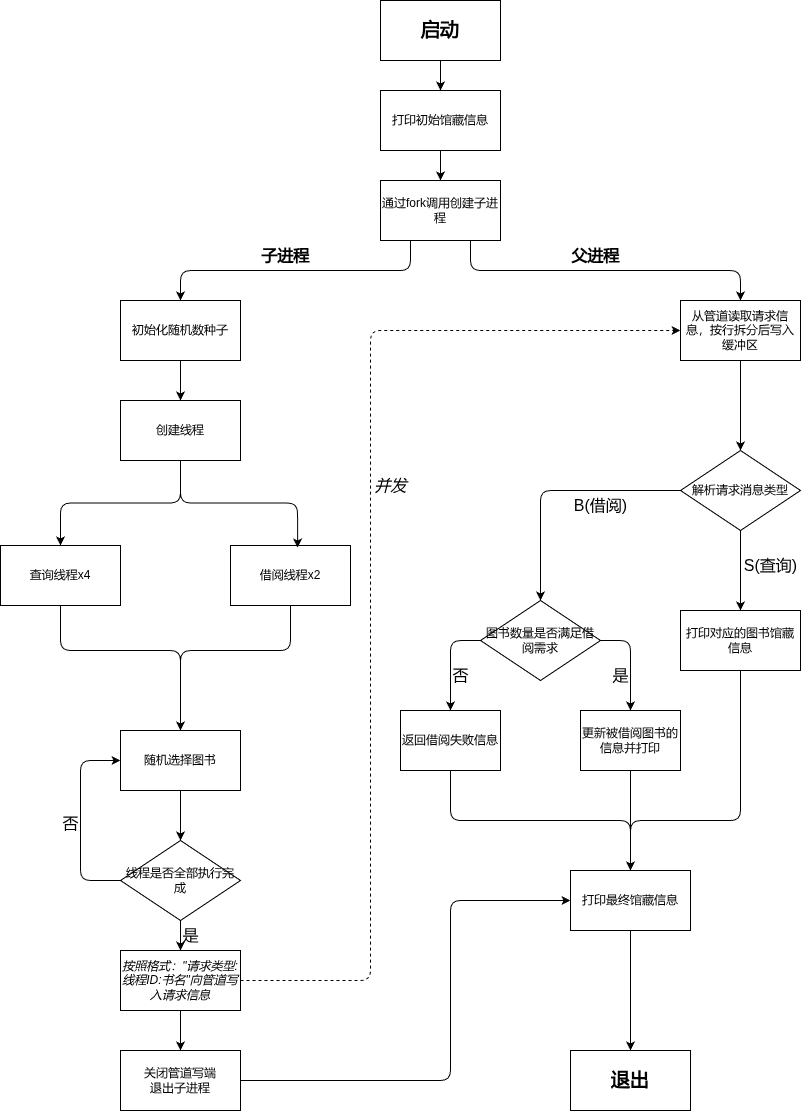
This is code/misc/os/library/seq.drawio.png from virtualguard101/wiki, a draw.io export, as it was before one commit. Source tidied: cells renumbered, new cells last; positions are measured from the earlier drawing's top-left corner, leaving out a move shared by most shapes. The source it was exported from:
```xml
<mxGraphModel>
  <root>
    <mxCell id="0" />
    <mxCell id="1" parent="0" />
    <mxCell id="2" style="edgeStyle=none;html=1;exitX=0.5;exitY=1;exitDx=0;exitDy=0;entryX=0.5;entryY=0;entryDx=0;entryDy=0;" parent="1" edge="1" source="3" target="5">
      <mxGeometry relative="1" as="geometry" />
    </mxCell>
    <mxCell id="3" value="&lt;b&gt;&lt;font style=&quot;font-size: 19px;&quot;&gt;启动&lt;/font&gt;&lt;/b&gt;" style="whiteSpace=wrap;html=1;" parent="1" vertex="1">
      <mxGeometry x="380" width="120" height="60" as="geometry" />
    </mxCell>
    <mxCell id="4" style="edgeStyle=none;html=1;exitX=0.5;exitY=1;exitDx=0;exitDy=0;entryX=0.5;entryY=0;entryDx=0;entryDy=0;" parent="1" edge="1" source="5" target="8">
      <mxGeometry relative="1" as="geometry" />
    </mxCell>
    <mxCell id="5" value="打印初始馆藏信息" style="whiteSpace=wrap;html=1;" parent="1" vertex="1">
      <mxGeometry x="380" y="90" width="120" height="60" as="geometry" />
    </mxCell>
    <mxCell id="6" style="edgeStyle=orthogonalEdgeStyle;html=1;exitX=0.25;exitY=1;exitDx=0;exitDy=0;entryX=0.5;entryY=0;entryDx=0;entryDy=0;" parent="1" edge="1" source="8" target="10">
      <mxGeometry relative="1" as="geometry" />
    </mxCell>
    <mxCell id="7" style="edgeStyle=orthogonalEdgeStyle;html=1;exitX=0.75;exitY=1;exitDx=0;exitDy=0;entryX=0.5;entryY=0;entryDx=0;entryDy=0;" parent="1" edge="1" source="8" target="12">
      <mxGeometry relative="1" as="geometry" />
    </mxCell>
    <mxCell id="8" value="通过fork调用创建子进程" style="whiteSpace=wrap;html=1;" parent="1" vertex="1">
      <mxGeometry x="380" y="180" width="120" height="60" as="geometry" />
    </mxCell>
    <mxCell id="9" style="edgeStyle=none;html=1;exitX=0.5;exitY=1;exitDx=0;exitDy=0;entryX=0.5;entryY=0;entryDx=0;entryDy=0;" parent="1" edge="1" source="10" target="14">
      <mxGeometry relative="1" as="geometry" />
    </mxCell>
    <mxCell id="10" value="初始化随机数种子" style="whiteSpace=wrap;html=1;" parent="1" vertex="1">
      <mxGeometry x="120" y="300" width="120" height="60" as="geometry" />
    </mxCell>
    <mxCell id="11" style="edgeStyle=none;html=1;exitX=0.5;exitY=1;exitDx=0;exitDy=0;" parent="1" edge="1" source="12" target="32">
      <mxGeometry relative="1" as="geometry" />
    </mxCell>
    <mxCell id="12" value="从管道读取请求信息，按行拆分后写入缓冲区" style="whiteSpace=wrap;html=1;" parent="1" vertex="1">
      <mxGeometry x="680" y="300" width="120" height="60" as="geometry" />
    </mxCell>
    <mxCell id="13" style="edgeStyle=orthogonalEdgeStyle;html=1;exitX=0.5;exitY=1;exitDx=0;exitDy=0;entryX=0.5;entryY=0;entryDx=0;entryDy=0;" parent="1" edge="1" source="14" target="16">
      <mxGeometry relative="1" as="geometry" />
    </mxCell>
    <mxCell id="14" value="创建线程" style="whiteSpace=wrap;html=1;" parent="1" vertex="1">
      <mxGeometry x="120" y="400" width="120" height="60" as="geometry" />
    </mxCell>
    <mxCell id="15" style="edgeStyle=orthogonalEdgeStyle;html=1;exitX=0.5;exitY=1;exitDx=0;exitDy=0;entryX=0.5;entryY=0;entryDx=0;entryDy=0;" parent="1" edge="1" source="16" target="21">
      <mxGeometry relative="1" as="geometry">
        <Array as="points">
          <mxPoint x="60" y="650" />
          <mxPoint x="180" y="650" />
        </Array>
      </mxGeometry>
    </mxCell>
    <mxCell id="16" value="查询线程x4" style="whiteSpace=wrap;html=1;" parent="1" vertex="1">
      <mxGeometry y="545" width="120" height="60" as="geometry" />
    </mxCell>
    <mxCell id="17" style="edgeStyle=orthogonalEdgeStyle;html=1;exitX=0.5;exitY=1;exitDx=0;exitDy=0;entryX=0.5;entryY=0;entryDx=0;entryDy=0;" parent="1" edge="1" source="18" target="21">
      <mxGeometry relative="1" as="geometry">
        <Array as="points">
          <mxPoint x="290" y="650" />
          <mxPoint x="180" y="650" />
        </Array>
      </mxGeometry>
    </mxCell>
    <mxCell id="18" value="借阅线程x2" style="whiteSpace=wrap;html=1;" parent="1" vertex="1">
      <mxGeometry x="230" y="545" width="120" height="60" as="geometry" />
    </mxCell>
    <mxCell id="19" style="edgeStyle=orthogonalEdgeStyle;html=1;exitX=0.5;exitY=1;exitDx=0;exitDy=0;entryX=0.559;entryY=0.034;entryDx=0;entryDy=0;entryPerimeter=0;" parent="1" edge="1" source="14" target="18">
      <mxGeometry relative="1" as="geometry" />
    </mxCell>
    <mxCell id="20" style="edgeStyle=none;html=1;exitX=0.5;exitY=1;exitDx=0;exitDy=0;entryX=0.5;entryY=0;entryDx=0;entryDy=0;" parent="1" edge="1" source="21" target="24">
      <mxGeometry relative="1" as="geometry" />
    </mxCell>
    <mxCell id="21" value="随机选择图书" style="whiteSpace=wrap;html=1;" parent="1" vertex="1">
      <mxGeometry x="120" y="730" width="120" height="60" as="geometry" />
    </mxCell>
    <mxCell id="22" style="edgeStyle=elbowEdgeStyle;html=1;exitX=0;exitY=0.5;exitDx=0;exitDy=0;entryX=0;entryY=0.5;entryDx=0;entryDy=0;" parent="1" edge="1" source="24" target="21">
      <mxGeometry relative="1" as="geometry">
        <Array as="points">
          <mxPoint x="80" y="820" />
        </Array>
      </mxGeometry>
    </mxCell>
    <mxCell id="23" style="edgeStyle=none;html=1;exitX=0.5;exitY=1;exitDx=0;exitDy=0;entryX=0.5;entryY=0;entryDx=0;entryDy=0;" parent="1" edge="1" source="24" target="26">
      <mxGeometry relative="1" as="geometry" />
    </mxCell>
    <mxCell id="24" value="线程是否全部执行完成" style="rhombus;whiteSpace=wrap;html=1;" parent="1" vertex="1">
      <mxGeometry x="120" y="840" width="120" height="80" as="geometry" />
    </mxCell>
    <mxCell id="25" style="edgeStyle=none;html=1;exitX=0.5;exitY=1;exitDx=0;exitDy=0;entryX=0.5;entryY=0;entryDx=0;entryDy=0;" parent="1" edge="1" source="26" target="29">
      <mxGeometry relative="1" as="geometry" />
    </mxCell>
    <mxCell id="26" value="&lt;i&gt;按照格式：&quot;请求类型:线程ID:书名&quot;向管道写入请求信息&lt;/i&gt;" style="whiteSpace=wrap;html=1;" parent="1" vertex="1">
      <mxGeometry x="120" y="950" width="120" height="60" as="geometry" />
    </mxCell>
    <mxCell id="27" style="edgeStyle=elbowEdgeStyle;html=1;exitX=1;exitY=0.5;exitDx=0;exitDy=0;entryX=0;entryY=0.5;entryDx=0;entryDy=0;dashed=1;" parent="1" edge="1" source="26" target="12">
      <mxGeometry relative="1" as="geometry">
        <Array as="points">
          <mxPoint x="370" y="690" />
        </Array>
      </mxGeometry>
    </mxCell>
    <mxCell id="28" style="edgeStyle=elbowEdgeStyle;html=1;exitX=1;exitY=0.5;exitDx=0;exitDy=0;entryX=0;entryY=0.5;entryDx=0;entryDy=0;" parent="1" edge="1" source="29" target="43">
      <mxGeometry relative="1" as="geometry">
        <Array as="points">
          <mxPoint x="450" y="990" />
        </Array>
      </mxGeometry>
    </mxCell>
    <mxCell id="29" value="关闭管道写端&lt;br&gt;退出子进程" style="whiteSpace=wrap;html=1;" parent="1" vertex="1">
      <mxGeometry x="120" y="1050" width="120" height="60" as="geometry" />
    </mxCell>
    <mxCell id="30" style="edgeStyle=orthogonalEdgeStyle;html=1;exitX=0;exitY=0.5;exitDx=0;exitDy=0;entryX=0.5;entryY=0;entryDx=0;entryDy=0;" parent="1" edge="1" source="32" target="35">
      <mxGeometry relative="1" as="geometry" />
    </mxCell>
    <mxCell id="31" style="edgeStyle=none;html=1;exitX=0.5;exitY=1;exitDx=0;exitDy=0;entryX=0.5;entryY=0;entryDx=0;entryDy=0;" parent="1" edge="1" source="32" target="37">
      <mxGeometry relative="1" as="geometry" />
    </mxCell>
    <mxCell id="32" value="解析请求消息类型" style="rhombus;whiteSpace=wrap;html=1;" parent="1" vertex="1">
      <mxGeometry x="680" y="450" width="120" height="80" as="geometry" />
    </mxCell>
    <mxCell id="33" style="edgeStyle=orthogonalEdgeStyle;html=1;exitX=0;exitY=0.5;exitDx=0;exitDy=0;entryX=0.5;entryY=0;entryDx=0;entryDy=0;" parent="1" edge="1" source="35" target="39">
      <mxGeometry relative="1" as="geometry" />
    </mxCell>
    <mxCell id="34" style="edgeStyle=orthogonalEdgeStyle;html=1;exitX=1;exitY=0.5;exitDx=0;exitDy=0;entryX=0.5;entryY=0;entryDx=0;entryDy=0;" parent="1" edge="1" source="35" target="41">
      <mxGeometry relative="1" as="geometry" />
    </mxCell>
    <mxCell id="35" value="图书数量是否满足借阅需求" style="rhombus;whiteSpace=wrap;html=1;" parent="1" vertex="1">
      <mxGeometry x="480" y="600" width="120" height="80" as="geometry" />
    </mxCell>
    <mxCell id="36" style="edgeStyle=orthogonalEdgeStyle;html=1;exitX=0.5;exitY=1;exitDx=0;exitDy=0;" parent="1" edge="1" source="37" target="43">
      <mxGeometry relative="1" as="geometry">
        <Array as="points">
          <mxPoint x="740" y="820" />
          <mxPoint x="630" y="820" />
        </Array>
      </mxGeometry>
    </mxCell>
    <mxCell id="37" value="打印对应的图书馆藏信息" style="whiteSpace=wrap;html=1;" parent="1" vertex="1">
      <mxGeometry x="680" y="610" width="120" height="60" as="geometry" />
    </mxCell>
    <mxCell id="38" style="edgeStyle=orthogonalEdgeStyle;html=1;exitX=0.5;exitY=1;exitDx=0;exitDy=0;entryX=0.5;entryY=0;entryDx=0;entryDy=0;" parent="1" edge="1" source="39" target="43">
      <mxGeometry relative="1" as="geometry" />
    </mxCell>
    <mxCell id="39" value="返回借阅失败信息" style="whiteSpace=wrap;html=1;" parent="1" vertex="1">
      <mxGeometry x="400" y="710" width="100" height="60" as="geometry" />
    </mxCell>
    <mxCell id="40" style="edgeStyle=none;html=1;exitX=0.5;exitY=1;exitDx=0;exitDy=0;entryX=0.5;entryY=0;entryDx=0;entryDy=0;" parent="1" edge="1" source="41" target="43">
      <mxGeometry relative="1" as="geometry" />
    </mxCell>
    <mxCell id="41" value="更新被借阅图书的信息并打印" style="whiteSpace=wrap;html=1;" parent="1" vertex="1">
      <mxGeometry x="580" y="710" width="100" height="60" as="geometry" />
    </mxCell>
    <mxCell id="42" style="edgeStyle=none;html=1;exitX=0.5;exitY=1;exitDx=0;exitDy=0;entryX=0.5;entryY=0;entryDx=0;entryDy=0;" parent="1" edge="1" source="43" target="44">
      <mxGeometry relative="1" as="geometry" />
    </mxCell>
    <mxCell id="43" value="打印最终馆藏信息" style="whiteSpace=wrap;html=1;" parent="1" vertex="1">
      <mxGeometry x="570" y="870" width="120" height="60" as="geometry" />
    </mxCell>
    <mxCell id="44" value="&lt;b&gt;&lt;font style=&quot;font-size: 19px;&quot;&gt;退出&lt;/font&gt;&lt;/b&gt;" style="whiteSpace=wrap;html=1;" parent="1" vertex="1">
      <mxGeometry x="570" y="1050" width="120" height="60" as="geometry" />
    </mxCell>
    <mxCell id="45" value="&lt;font style=&quot;font-size: 16px;&quot;&gt;&lt;i&gt;并发&lt;/i&gt;&lt;/font&gt;" style="text;html=1;align=center;verticalAlign=middle;strokeColor=none;fillColor=none;" parent="1" vertex="1">
      <mxGeometry x="360" y="470" width="60" height="30" as="geometry" />
    </mxCell>
    <mxCell id="46" value="&lt;font style=&quot;font-size: 16px;&quot;&gt;否&lt;/font&gt;" style="text;html=1;align=center;verticalAlign=middle;strokeColor=none;fillColor=none;" parent="1" vertex="1">
      <mxGeometry x="50" y="808" width="40" height="30" as="geometry" />
    </mxCell>
    <mxCell id="47" value="&lt;font style=&quot;font-size: 16px;&quot;&gt;是&lt;/font&gt;" style="text;html=1;align=center;verticalAlign=middle;strokeColor=none;fillColor=none;" parent="1" vertex="1">
      <mxGeometry x="170" y="920" width="40" height="30" as="geometry" />
    </mxCell>
    <mxCell id="48" value="&lt;font style=&quot;font-size: 16px;&quot;&gt;B(借阅)&lt;/font&gt;" style="text;html=1;align=center;verticalAlign=middle;strokeColor=none;fillColor=none;" parent="1" vertex="1">
      <mxGeometry x="560" y="490" width="80" height="30" as="geometry" />
    </mxCell>
    <mxCell id="49" value="&lt;font style=&quot;font-size: 16px;&quot;&gt;S(查询)&lt;/font&gt;" style="text;html=1;align=center;verticalAlign=middle;strokeColor=none;fillColor=none;" parent="1" vertex="1">
      <mxGeometry x="730" y="550" width="80" height="30" as="geometry" />
    </mxCell>
    <mxCell id="50" value="&lt;font style=&quot;font-size: 16px;&quot;&gt;是&lt;/font&gt;" style="text;html=1;align=center;verticalAlign=middle;strokeColor=none;fillColor=none;" parent="1" vertex="1">
      <mxGeometry x="600" y="660" width="40" height="30" as="geometry" />
    </mxCell>
    <mxCell id="51" value="&lt;font style=&quot;font-size: 16px;&quot;&gt;否&lt;/font&gt;" style="text;html=1;align=center;verticalAlign=middle;strokeColor=none;fillColor=none;" parent="1" vertex="1">
      <mxGeometry x="440" y="660" width="40" height="30" as="geometry" />
    </mxCell>
    <mxCell id="52" value="&lt;b&gt;&lt;font style=&quot;font-size: 16px;&quot;&gt;子进程&lt;/font&gt;&lt;/b&gt;" style="text;html=1;align=center;verticalAlign=middle;strokeColor=none;fillColor=none;" parent="1" vertex="1">
      <mxGeometry x="250" y="240" width="70" height="30" as="geometry" />
    </mxCell>
    <mxCell id="53" value="&lt;b&gt;&lt;font style=&quot;font-size: 16px;&quot;&gt;父进程&lt;/font&gt;&lt;/b&gt;" style="text;html=1;align=center;verticalAlign=middle;strokeColor=none;fillColor=none;" parent="1" vertex="1">
      <mxGeometry x="560" y="240" width="70" height="30" as="geometry" />
    </mxCell>
  </root>
</mxGraphModel>
```
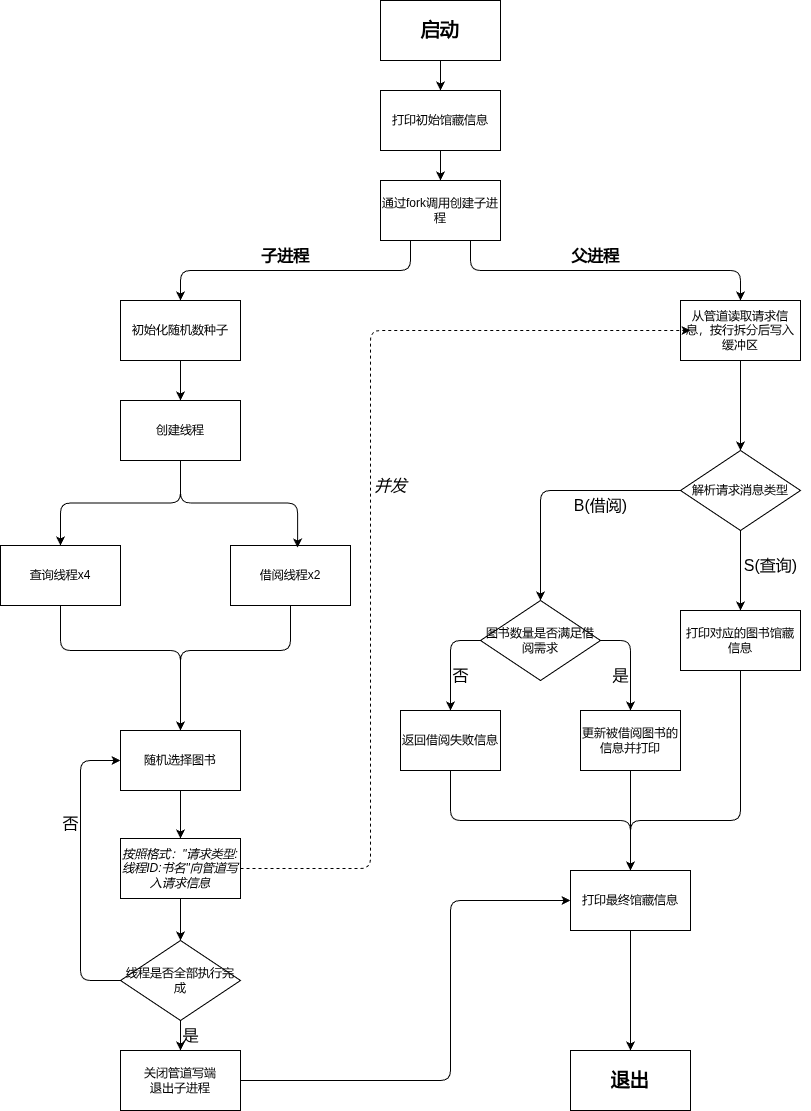
The same diagram one commit later.

Commit message:
code: update misc-os-library

Change to the diagram source:
```diff
@@ -66,7 +66,7 @@
     <mxCell id="19" style="edgeStyle=orthogonalEdgeStyle;html=1;exitX=0.5;exitY=1;exitDx=0;exitDy=0;entryX=0.559;entryY=0.034;entryDx=0;entryDy=0;entryPerimeter=0;" parent="1" edge="1" source="14" target="18">
       <mxGeometry relative="1" as="geometry" />
     </mxCell>
-    <mxCell id="20" style="edgeStyle=none;html=1;exitX=0.5;exitY=1;exitDx=0;exitDy=0;entryX=0.5;entryY=0;entryDx=0;entryDy=0;" parent="1" edge="1" source="21" target="24">
+    <mxCell id="20" style="edgeStyle=none;html=1;exitX=0.5;exitY=1;exitDx=0;exitDy=0;entryX=0.5;entryY=0;entryDx=0;entryDy=0;" parent="1" edge="1" source="21" target="26">
       <mxGeometry relative="1" as="geometry" />
     </mxCell>
     <mxCell id="21" value="随机选择图书" style="whiteSpace=wrap;html=1;" parent="1" vertex="1">
@@ -79,22 +79,23 @@
         </Array>
       </mxGeometry>
     </mxCell>
-    <mxCell id="23" style="edgeStyle=none;html=1;exitX=0.5;exitY=1;exitDx=0;exitDy=0;entryX=0.5;entryY=0;entryDx=0;entryDy=0;" parent="1" edge="1" source="24" target="26">
-      <mxGeometry relative="1" as="geometry" />
+    <mxCell id="23" style="edgeStyle=none;html=1;exitX=0.5;exitY=1;exitDx=0;exitDy=0;entryX=0.5;entryY=0;entryDx=0;entryDy=0;" parent="1" edge="1" source="24">
+      <mxGeometry relative="1" as="geometry">
+        <mxPoint x="180" y="950" as="targetPoint" />
+      </mxGeometry>
     </mxCell>
+    <mxCell id="54" style="edgeStyle=none;html=1;exitX=0.5;exitY=1;exitDx=0;exitDy=0;entryX=0.5;entryY=0;entryDx=0;entryDy=0;" parent="1" edge="1" source="24" target="29">
+      <mxGeometry relative="1" as="geometry" />
+    </mxCell>
     <mxCell id="24" value="线程是否全部执行完成" style="rhombus;whiteSpace=wrap;html=1;" parent="1" vertex="1">
-      <mxGeometry x="120" y="840" width="120" height="80" as="geometry" />
+      <mxGeometry x="120" y="940" width="120" height="80" as="geometry" />
     </mxCell>
-    <mxCell id="25" style="edgeStyle=none;html=1;exitX=0.5;exitY=1;exitDx=0;exitDy=0;entryX=0.5;entryY=0;entryDx=0;entryDy=0;" parent="1" edge="1" source="26" target="29">
-      <mxGeometry relative="1" as="geometry" />
-    </mxCell>
-    <mxCell id="26" value="&lt;i&gt;按照格式：&quot;请求类型:线程ID:书名&quot;向管道写入请求信息&lt;/i&gt;" style="whiteSpace=wrap;html=1;" parent="1" vertex="1">
-      <mxGeometry x="120" y="950" width="120" height="60" as="geometry" />
-    </mxCell>
-    <mxCell id="27" style="edgeStyle=elbowEdgeStyle;html=1;exitX=1;exitY=0.5;exitDx=0;exitDy=0;entryX=0;entryY=0.5;entryDx=0;entryDy=0;dashed=1;" parent="1" edge="1" source="26" target="12">
+    <mxCell id="27" style="edgeStyle=elbowEdgeStyle;html=1;entryX=0;entryY=0.5;entryDx=0;entryDy=0;dashed=1;exitX=1;exitY=0.5;exitDx=0;exitDy=0;" parent="1" edge="1" source="26">
       <mxGeometry relative="1" as="geometry">
+        <mxPoint x="690" y="330" as="targetPoint" />
         <Array as="points">
-          <mxPoint x="370" y="690" />
+          <mxPoint x="370" y="590" />
+          <mxPoint x="380" y="690" />
         </Array>
       </mxGeometry>
     </mxCell>
@@ -165,7 +166,7 @@
       <mxGeometry x="50" y="808" width="40" height="30" as="geometry" />
     </mxCell>
     <mxCell id="47" value="&lt;font style=&quot;font-size: 16px;&quot;&gt;是&lt;/font&gt;" style="text;html=1;align=center;verticalAlign=middle;strokeColor=none;fillColor=none;" parent="1" vertex="1">
-      <mxGeometry x="170" y="920" width="40" height="30" as="geometry" />
+      <mxGeometry x="170" y="1020" width="40" height="30" as="geometry" />
     </mxCell>
     <mxCell id="48" value="&lt;font style=&quot;font-size: 16px;&quot;&gt;B(借阅)&lt;/font&gt;" style="text;html=1;align=center;verticalAlign=middle;strokeColor=none;fillColor=none;" parent="1" vertex="1">
       <mxGeometry x="560" y="490" width="80" height="30" as="geometry" />
@@ -185,5 +186,11 @@
     <mxCell id="53" value="&lt;b&gt;&lt;font style=&quot;font-size: 16px;&quot;&gt;父进程&lt;/font&gt;&lt;/b&gt;" style="text;html=1;align=center;verticalAlign=middle;strokeColor=none;fillColor=none;" parent="1" vertex="1">
       <mxGeometry x="560" y="240" width="70" height="30" as="geometry" />
     </mxCell>
+    <mxCell id="55" style="edgeStyle=none;html=1;exitX=0.5;exitY=1;exitDx=0;exitDy=0;entryX=0.5;entryY=0;entryDx=0;entryDy=0;" parent="1" edge="1" source="26" target="24">
+      <mxGeometry relative="1" as="geometry" />
+    </mxCell>
+    <mxCell id="26" value="&lt;i&gt;按照格式：&quot;请求类型:线程ID:书名&quot;向管道写入请求信息&lt;/i&gt;" style="whiteSpace=wrap;html=1;" parent="1" vertex="1">
+      <mxGeometry x="120" y="838" width="120" height="60" as="geometry" />
+    </mxCell>
   </root>
 </mxGraphModel>
```
